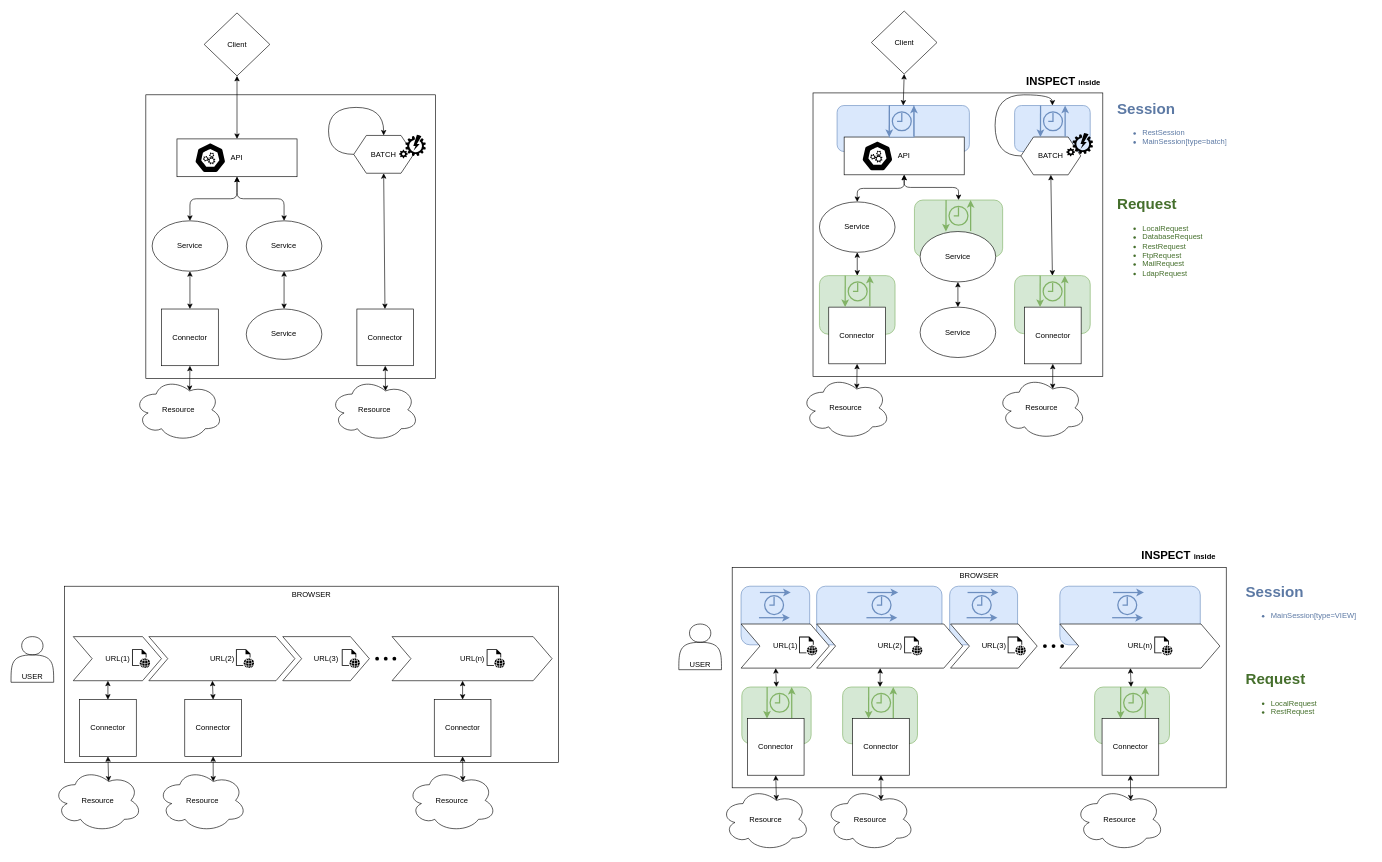
oneteme/inspect-core keeps this draw.io diagram as page "collector" (1 of 3) of doc/diagram/Diagramme sans nom.drawio. Above is the earlier version. Source tidied: cells renumbered, new cells numbered last; positions are measured from the earlier drawing's top-left corner, leaving out a move shared by most shapes. Both pictures are drawn from the tidied source at 63%, with x=0, y=0 at pixel (11, 11).
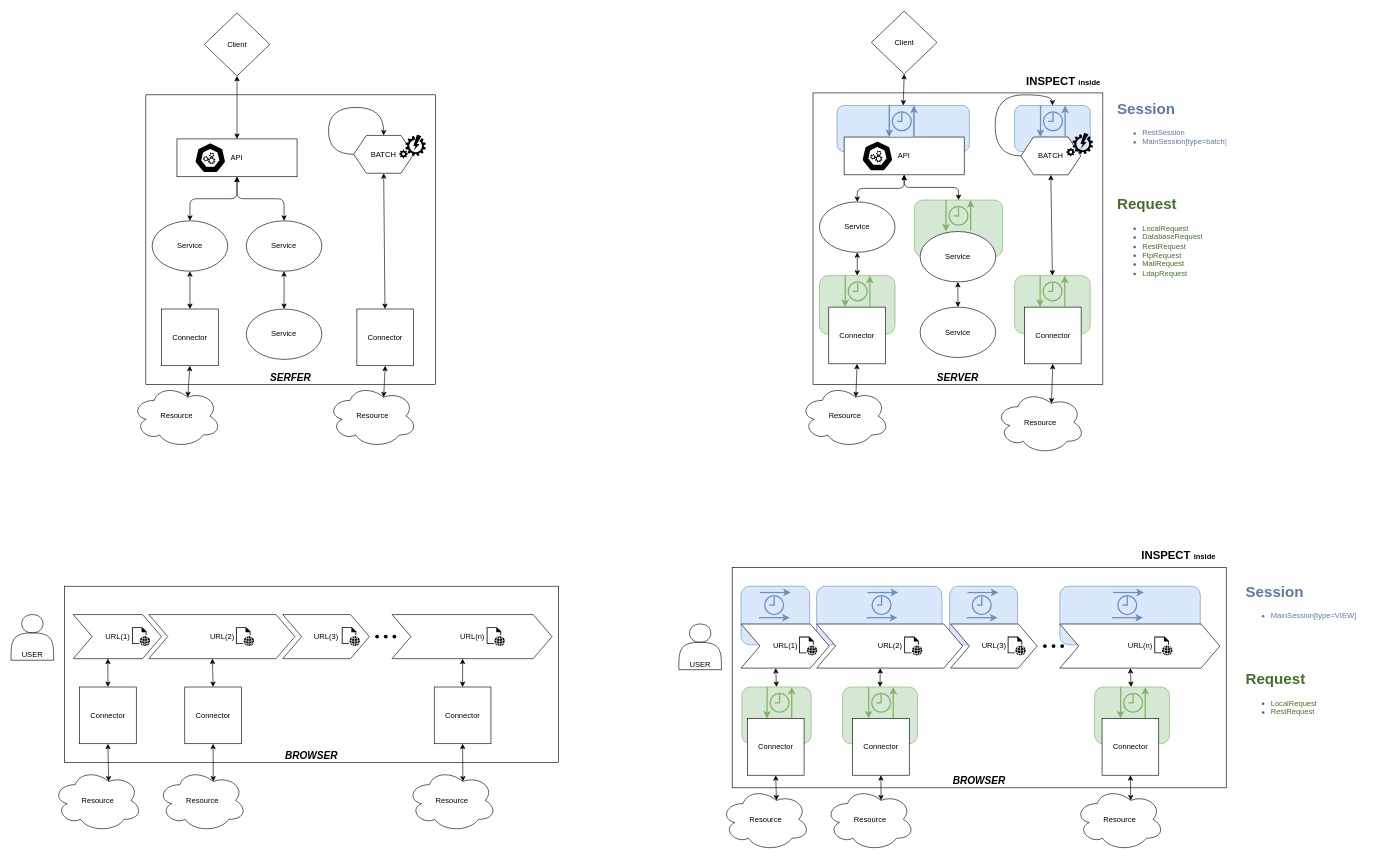
Above is the later version.

Change to the diagram source:
```diff
@@
-    <mxCell id="2" value="BROWSER" style="rounded=0;whiteSpace=wrap;html=1;verticalAlign=top;" parent="1" vertex="1">
+    <mxCell id="2" value="BROWSER" style="rounded=0;whiteSpace=wrap;html=1;verticalAlign=bottom;fontSize=16;fontStyle=3;" parent="1" vertex="1">
       <mxGeometry x="1144.7" y="883" width="784.2" height="350" as="geometry" />
     </mxCell>
@@
-    <mxCell id="22" style="rounded=0;whiteSpace=wrap;html=1;verticalAlign=top;" parent="1" vertex="1">
-      <mxGeometry x="1273" y="130" width="460" height="450" as="geometry" />
+    <mxCell id="22" value="SERVER" style="rounded=0;whiteSpace=wrap;html=1;verticalAlign=bottom;fontSize=16;fontStyle=3;" parent="1" vertex="1">
+      <mxGeometry x="1273" y="130" width="460" height="463" as="geometry" />
     </mxCell>
@@
-    <mxCell id="28" style="rounded=0;whiteSpace=wrap;html=1;verticalAlign=top;" parent="1" vertex="1">
-      <mxGeometry x="214" y="133" width="460" height="450" as="geometry" />
+    <mxCell id="28" value="SERFER" style="rounded=0;whiteSpace=wrap;html=1;verticalAlign=bottom;fontSize=16;fontStyle=3;" parent="1" vertex="1">
+      <mxGeometry x="214" y="133" width="460" height="460" as="geometry" />
     </mxCell>
@@
     <mxCell id="32" value="Resource" style="ellipse;shape=cloud;whiteSpace=wrap;html=1;" parent="1" vertex="1">
-      <mxGeometry x="195" y="583" width="141.5" height="100" as="geometry" />
+      <mxGeometry x="192" y="593" width="141.5" height="100" as="geometry" />
     </mxCell>
@@
     <mxCell id="45" value="Resource" style="ellipse;shape=cloud;whiteSpace=wrap;html=1;" parent="1" vertex="1">
-      <mxGeometry x="506" y="583" width="141.5" height="100" as="geometry" />
+      <mxGeometry x="503" y="593" width="141.5" height="100" as="geometry" />
     </mxCell>
@@
     <mxCell id="52" value="Resource" style="ellipse;shape=cloud;whiteSpace=wrap;html=1;" parent="1" vertex="1">
-      <mxGeometry x="1254" y="580" width="141.5" height="100" as="geometry" />
+      <mxGeometry x="1252.5" y="593" width="141.5" height="100" as="geometry" />
     </mxCell>
@@
     <mxCell id="65" value="Resource" style="ellipse;shape=cloud;whiteSpace=wrap;html=1;" parent="1" vertex="1">
-      <mxGeometry x="1565" y="580" width="141.5" height="100" as="geometry" />
+      <mxGeometry x="1563" y="603" width="141.5" height="100" as="geometry" />
     </mxCell>
@@
-    <mxCell id="95" value="BROWSER" style="rounded=0;whiteSpace=wrap;html=1;verticalAlign=top;" parent="1" vertex="1">
+    <mxCell id="95" value="BROWSER" style="rounded=0;whiteSpace=wrap;html=1;verticalAlign=bottom;fontSize=16;fontStyle=3;" parent="1" vertex="1">
       <mxGeometry x="84.7" y="913" width="784.2" height="280" as="geometry" />
     </mxCell>
@@
     <mxCell id="97" value="URL(1)" style="html=1;shadow=0;dashed=0;align=center;verticalAlign=middle;shape=mxgraph.arrows2.arrow;dy=0;dx=30;notch=30;" parent="1" vertex="1">
-      <mxGeometry x="98.8" y="993" width="140" height="70" as="geometry" />
+      <mxGeometry x="98.8" y="958" width="140" height="70" as="geometry" />
     </mxCell>
@@
     <mxCell id="99" value="URL(2)" style="html=1;shadow=0;dashed=0;align=center;verticalAlign=middle;shape=mxgraph.arrows2.arrow;dy=0;dx=30;notch=30;" parent="1" vertex="1">
-      <mxGeometry x="218.8" y="993" width="231.8" height="70" as="geometry" />
+      <mxGeometry x="218.8" y="958" width="231.8" height="70" as="geometry" />
     </mxCell>
     <mxCell id="100" value="URL(3)" style="html=1;shadow=0;dashed=0;align=center;verticalAlign=middle;shape=mxgraph.arrows2.arrow;dy=0;dx=30;notch=30;" parent="1" vertex="1">
-      <mxGeometry x="431.3" y="993" width="137.5" height="70" as="geometry" />
+      <mxGeometry x="431.3" y="958" width="137.5" height="70" as="geometry" />
     </mxCell>
@@
     <mxCell id="102" value="URL(n)" style="html=1;shadow=0;dashed=0;align=center;verticalAlign=middle;shape=mxgraph.arrows2.arrow;dy=0;dx=30;notch=30;" parent="1" vertex="1">
-      <mxGeometry x="604.8" y="993" width="254" height="70" as="geometry" />
+      <mxGeometry x="604.8" y="958" width="254" height="70" as="geometry" />
     </mxCell>
     <mxCell id="103" value="USER" style="shape=actor;whiteSpace=wrap;html=1;verticalAlign=bottom;" parent="1" vertex="1">
-      <mxGeometry y="993" width="67.7" height="72.5" as="geometry" />
+      <mxGeometry y="958" width="67.7" height="72.5" as="geometry" />
     </mxCell>
     <mxCell id="104" style="shape=waypoint;sketch=0;fillStyle=solid;size=6;fillColor=none;perimeter=centerPerimeter;" parent="1" vertex="1">
-      <mxGeometry x="571.1" y="1018" width="20" height="20" as="geometry" />
+      <mxGeometry x="571.1" y="983" width="20" height="20" as="geometry" />
     </mxCell>
     <mxCell id="105" style="shape=waypoint;sketch=0;fillStyle=solid;size=6;fillColor=none;perimeter=centerPerimeter;" parent="1" vertex="1">
-      <mxGeometry x="584.8" y="1018" width="20" height="20" as="geometry" />
+      <mxGeometry x="584.8" y="983" width="20" height="20" as="geometry" />
     </mxCell>
     <mxCell id="106" style="shape=waypoint;sketch=0;fillStyle=solid;size=6;fillColor=none;perimeter=centerPerimeter;" parent="1" vertex="1">
-      <mxGeometry x="598.5" y="1018" width="20" height="20" as="geometry" />
+      <mxGeometry x="598.5" y="983" width="20" height="20" as="geometry" />
     </mxCell>
@@
     <mxCell id="110" value="Connector" style="whiteSpace=wrap;html=1;rounded=0;" parent="1" vertex="1">
-      <mxGeometry x="108.8" y="1093" width="90" height="90" as="geometry" />
+      <mxGeometry x="108.8" y="1073" width="90" height="90" as="geometry" />
     </mxCell>
     <mxCell id="111" value="Connector" style="whiteSpace=wrap;html=1;rounded=0;" parent="1" vertex="1">
-      <mxGeometry x="275.8" y="1093" width="90" height="90" as="geometry" />
+      <mxGeometry x="275.8" y="1073" width="90" height="90" as="geometry" />
     </mxCell>
     <mxCell id="112" value="Connector" style="whiteSpace=wrap;html=1;rounded=0;" parent="1" vertex="1">
-      <mxGeometry x="671.8" y="1093" width="90" height="90" as="geometry" />
+      <mxGeometry x="671.8" y="1073" width="90" height="90" as="geometry" />
     </mxCell>
@@
     <mxCell id="155" style="sketch=0;shadow=0;dashed=0;html=1;strokeColor=none;fillColor=#000000;labelPosition=center;verticalLabelPosition=bottom;verticalAlign=top;align=center;shape=mxgraph.office.concepts.web_page;" parent="1" vertex="1">
-      <mxGeometry x="192" y="1013" width="28.8" height="30" as="geometry" />
+      <mxGeometry x="192" y="978" width="28.8" height="30" as="geometry" />
     </mxCell>
     <mxCell id="156" style="sketch=0;shadow=0;dashed=0;html=1;strokeColor=none;fillColor=#000000;labelPosition=center;verticalLabelPosition=bottom;verticalAlign=top;align=center;shape=mxgraph.office.concepts.web_page;" parent="1" vertex="1">
-      <mxGeometry x="357" y="1013" width="28.8" height="30" as="geometry" />
+      <mxGeometry x="357" y="978" width="28.8" height="30" as="geometry" />
     </mxCell>
     <mxCell id="157" style="sketch=0;shadow=0;dashed=0;html=1;strokeColor=none;fillColor=#000000;labelPosition=center;verticalLabelPosition=bottom;verticalAlign=top;align=center;shape=mxgraph.office.concepts.web_page;" parent="1" vertex="1">
-      <mxGeometry x="525" y="1013" width="28.8" height="30" as="geometry" />
+      <mxGeometry x="525" y="978" width="28.8" height="30" as="geometry" />
     </mxCell>
     <mxCell id="158" style="sketch=0;shadow=0;dashed=0;html=1;strokeColor=none;fillColor=#000000;labelPosition=center;verticalLabelPosition=bottom;verticalAlign=top;align=center;shape=mxgraph.office.concepts.web_page;" parent="1" vertex="1">
-      <mxGeometry x="755" y="1013" width="28.8" height="30" as="geometry" />
+      <mxGeometry x="755" y="978" width="28.8" height="30" as="geometry" />
     </mxCell>
```
